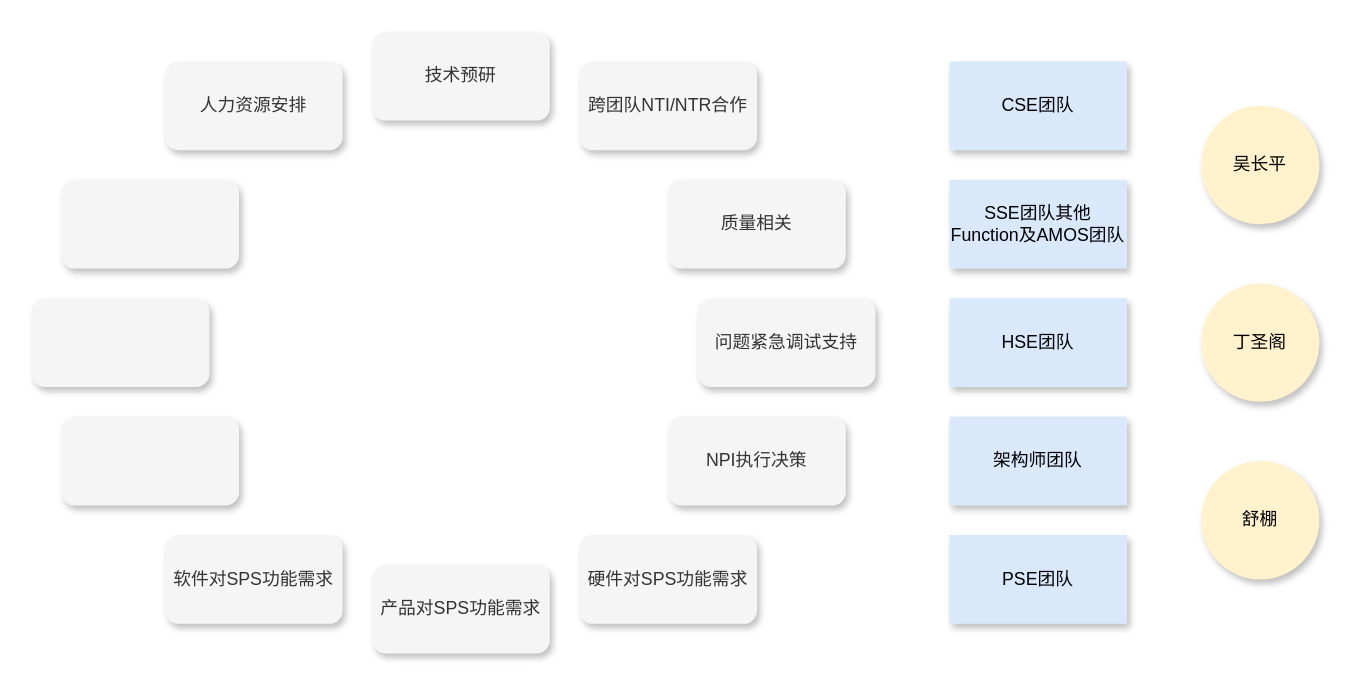
This is 对外接口简化版.drawio from dingsg/drawio, a draw.io file, before an edit. Source tidied: cells renumbered, new cells numbered last; positions are measured from the earlier drawing's top-left corner, leaving out a move shared by most shapes. Both pictures are drawn from the tidied source at 148%, with x=0, y=0 at pixel (31, 31).
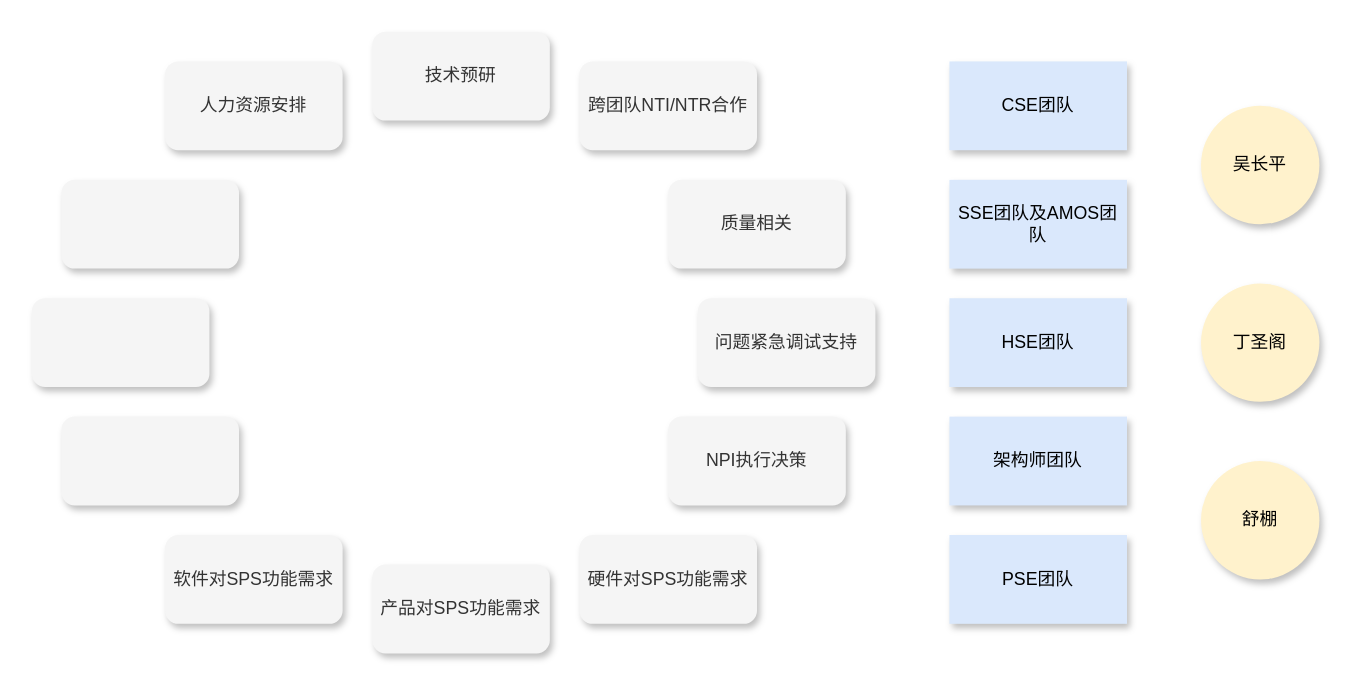
The same page after the edit.

Commit message (it also covers changes not shown here):
Update 对外接口简化版.drawio

Change to the diagram source:
```diff
@@
-    <mxCell id="16" value="SSE团队其他Function及AMOS团队" style="rounded=0;whiteSpace=wrap;html=1;shadow=1;labelBackgroundColor=none;fillColor=#dae8fc;align=center;strokeColor=none;" parent="1" vertex="1">
+    <mxCell id="16" value="SSE团队及AMOS团队" style="rounded=0;whiteSpace=wrap;html=1;shadow=1;labelBackgroundColor=none;fillColor=#dae8fc;align=center;strokeColor=none;" parent="1" vertex="1">
       <mxGeometry x="620" y="100" width="120" height="60" as="geometry" />
     </mxCell>
```
